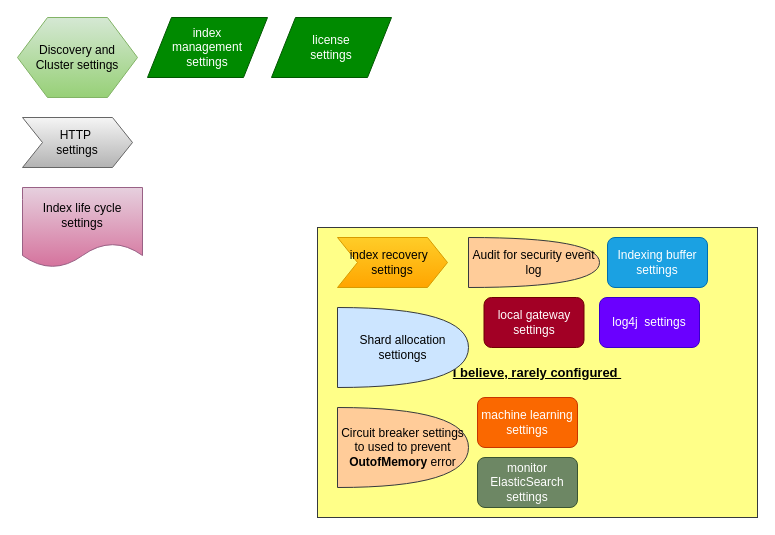
Above: page "Category of settings" (4 of 5) of My Articles/elastic stack/ElasticSearch setup and configuration.drawio in paramothers/books (draw.io), before the change. Source tidied: cells renumbered, new cells numbered last; positions are measured from the earlier drawing's top-left corner, leaving out a move shared by most shapes. Both pictures are drawn from the tidied source at 100%, with x=0, y=0 at pixel (17, 17).
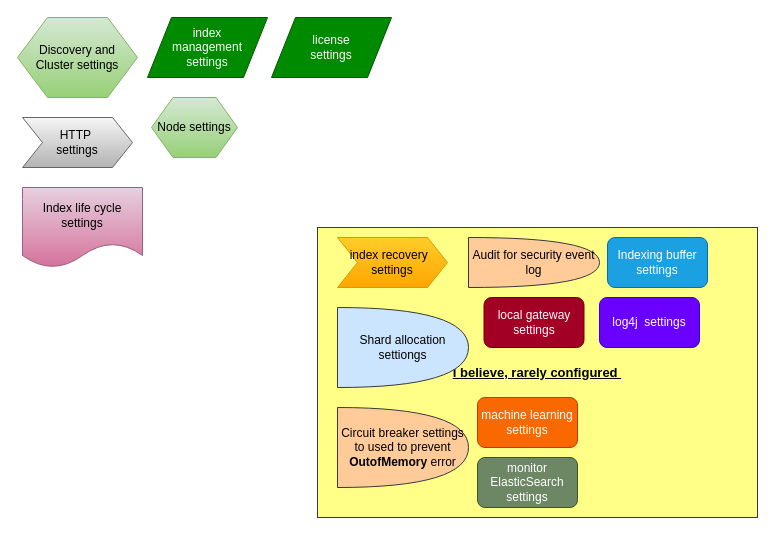
The same page after the edit.

Change to the diagram source:
```diff
@@
 <mxGraphModel>
   <root>
     <mxCell id="0" />
     <mxCell id="1" parent="0" />
     <mxCell id="2" value="&lt;b&gt;&lt;font style=&quot;font-size: 13px&quot;&gt;&lt;u&gt;I believe, rarely configured&amp;nbsp;&lt;/u&gt;&lt;/font&gt;&lt;/b&gt;" style="rounded=0;whiteSpace=wrap;html=1;fillColor=#ffff88;strokeColor=#36393d;" parent="1" vertex="1">
       <mxGeometry x="300" y="210" width="440" height="290" as="geometry" />
     </mxCell>
     <mxCell id="3" value="Audit for security event log" style="shape=or;whiteSpace=wrap;html=1;fillColor=#ffcc99;strokeColor=#36393d;" parent="1" vertex="1">
       <mxGeometry x="451" y="220" width="131" height="50" as="geometry" />
     </mxCell>
     <mxCell id="4" value="Circuit breaker settings to used to prevent &lt;b&gt;OutofMemory&lt;/b&gt; error" style="shape=or;whiteSpace=wrap;html=1;fillColor=#ffcc99;strokeColor=#36393d;" parent="1" vertex="1">
       <mxGeometry x="320" y="390" width="131" height="80" as="geometry" />
     </mxCell>
     <mxCell id="5" value="Shard allocation settiongs" style="shape=or;whiteSpace=wrap;html=1;fillColor=#cce5ff;strokeColor=#36393d;" parent="1" vertex="1">
       <mxGeometry x="320" y="290" width="131" height="80" as="geometry" />
     </mxCell>
     <mxCell id="6" value="Discovery and &lt;br&gt;Cluster settings" style="shape=hexagon;perimeter=hexagonPerimeter2;whiteSpace=wrap;html=1;gradientColor=#97d077;fillColor=#d5e8d4;strokeColor=#82b366;" parent="1" vertex="1">
       <mxGeometry width="120" height="80" as="geometry" />
     </mxCell>
     <mxCell id="7" value="HTTP&amp;nbsp; &lt;br&gt;settings" style="shape=step;perimeter=stepPerimeter;whiteSpace=wrap;html=1;fixedSize=1;gradientColor=#b3b3b3;fillColor=#f5f5f5;strokeColor=#666666;" parent="1" vertex="1">
       <mxGeometry x="5" y="100" width="110" height="50" as="geometry" />
     </mxCell>
     <mxCell id="8" value="Index life cycle settings" style="shape=document;whiteSpace=wrap;html=1;boundedLbl=1;gradientColor=#d5739d;fillColor=#e6d0de;strokeColor=#996185;" parent="1" vertex="1">
       <mxGeometry x="5" y="170" width="120" height="80" as="geometry" />
     </mxCell>
     <mxCell id="9" value="index &lt;br&gt;management &lt;br&gt;settings" style="shape=parallelogram;perimeter=parallelogramPerimeter;whiteSpace=wrap;html=1;fillColor=#008a00;strokeColor=#005700;fontColor=#ffffff;" parent="1" vertex="1">
       <mxGeometry x="130" width="120" height="60" as="geometry" />
     </mxCell>
     <mxCell id="10" value="index recovery&amp;nbsp;&amp;nbsp;&lt;br&gt;settings" style="shape=step;perimeter=stepPerimeter;whiteSpace=wrap;html=1;fixedSize=1;gradientColor=#ffa500;fillColor=#ffcd28;strokeColor=#d79b00;" parent="1" vertex="1">
       <mxGeometry x="320" y="220" width="110" height="50" as="geometry" />
     </mxCell>
     <mxCell id="11" value="Indexing buffer settings" style="rounded=1;whiteSpace=wrap;html=1;fillColor=#1ba1e2;strokeColor=#006EAF;fontColor=#ffffff;" parent="1" vertex="1">
       <mxGeometry x="590" y="220" width="100" height="50" as="geometry" />
     </mxCell>
     <mxCell id="12" value="license&lt;br&gt;settings" style="shape=parallelogram;perimeter=parallelogramPerimeter;whiteSpace=wrap;html=1;fillColor=#008a00;strokeColor=#005700;fontColor=#ffffff;" parent="1" vertex="1">
       <mxGeometry x="254" width="120" height="60" as="geometry" />
     </mxCell>
     <mxCell id="13" value="local gateway settings" style="rounded=1;whiteSpace=wrap;html=1;fillColor=#a20025;strokeColor=#6F0000;fontColor=#ffffff;" parent="1" vertex="1">
       <mxGeometry x="466.5" y="280" width="100" height="50" as="geometry" />
     </mxCell>
     <mxCell id="14" value="log4j&amp;nbsp; settings" style="rounded=1;whiteSpace=wrap;html=1;fillColor=#6a00ff;strokeColor=#3700CC;fontColor=#ffffff;" parent="1" vertex="1">
       <mxGeometry x="582" y="280" width="100" height="50" as="geometry" />
     </mxCell>
     <mxCell id="15" value="machine learning settings" style="rounded=1;whiteSpace=wrap;html=1;fillColor=#fa6800;strokeColor=#C73500;fontColor=#ffffff;" parent="1" vertex="1">
       <mxGeometry x="460" y="380" width="100" height="50" as="geometry" />
     </mxCell>
     <mxCell id="16" value="monitor ElasticSearch settings" style="rounded=1;whiteSpace=wrap;html=1;fillColor=#6d8764;strokeColor=#3A5431;fontColor=#ffffff;" parent="1" vertex="1">
       <mxGeometry x="460" y="440" width="100" height="50" as="geometry" />
     </mxCell>
+    <mxCell id="17" value="Node settings" style="shape=hexagon;perimeter=hexagonPerimeter2;whiteSpace=wrap;html=1;gradientColor=#97d077;fillColor=#d5e8d4;strokeColor=#82b366;" parent="1" vertex="1">
+      <mxGeometry x="134" y="80" width="86" height="60" as="geometry" />
+    </mxCell>
   </root>
 </mxGraphModel>
```
